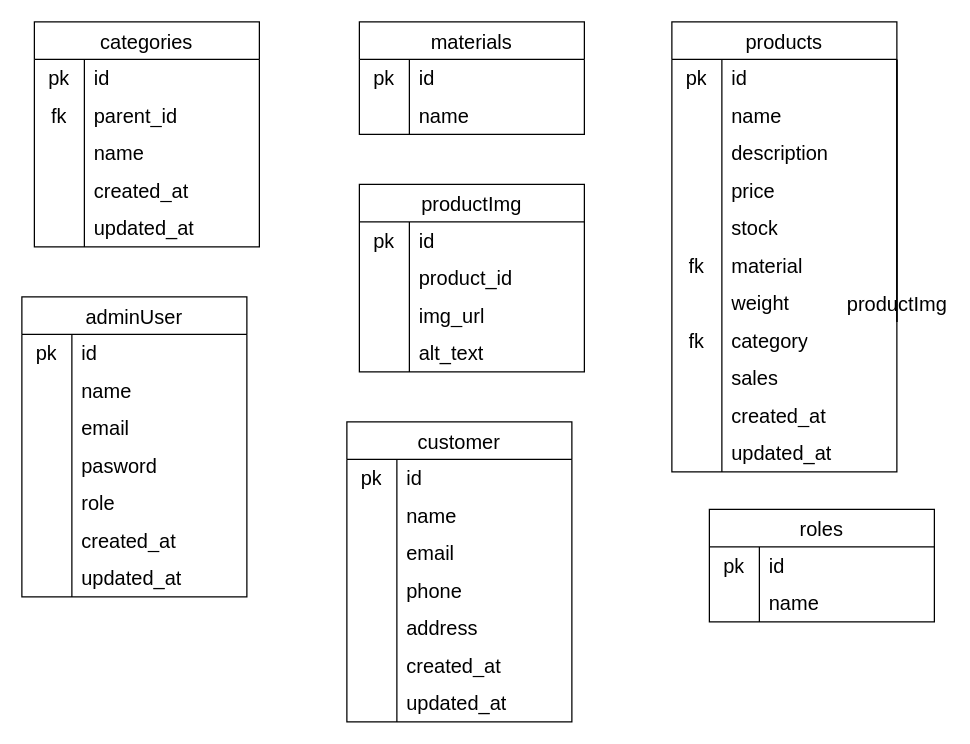
Above: Untitled Diagram.drawio in lethituyetthu/jewelry (draw.io), before the change. Source tidied: cells renumbered, new cells numbered last; positions are measured from the earlier drawing's top-left corner, leaving out a move shared by most shapes. Both pictures are drawn from the tidied source at 125%, with x=0, y=0 at pixel (21, 21).
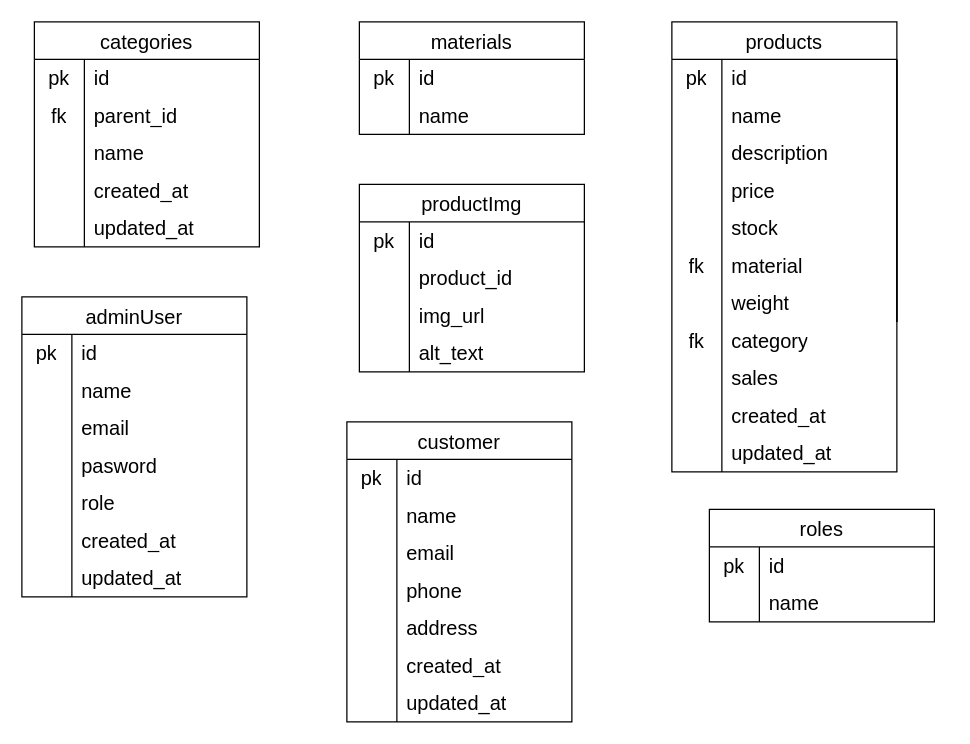
After the change.

The change refers to these unchanged cells:
```xml
<mxCell id="44" style="shape=tableRow;horizontal=0;startSize=0;swimlaneHead=0;swimlaneBody=0;top=0;left=0;bottom=0;right=0;fillColor=none;strokeColor=inherit;fontSize=16;" parent="25" vertex="1">
  <mxGeometry y="210" width="180" height="30" as="geometry" />
</mxCell>
```

What changed in the source:
```diff
@@
-    <mxCell id="47" value="productImg" style="shape=table;startSize=30;childLayout=tableLayout;rowLines=0;fontStyle=0;strokeColor=default;fontSize=16;" parent="44" vertex="1">
+    <mxCell id="47" style="shape=table;startSize=30;childLayout=tableLayout;rowLines=0;fontStyle=0;strokeColor=default;fontSize=16;" parent="44" vertex="1">
       <mxGeometry x="180" height="30" as="geometry" />
     </mxCell>
```
